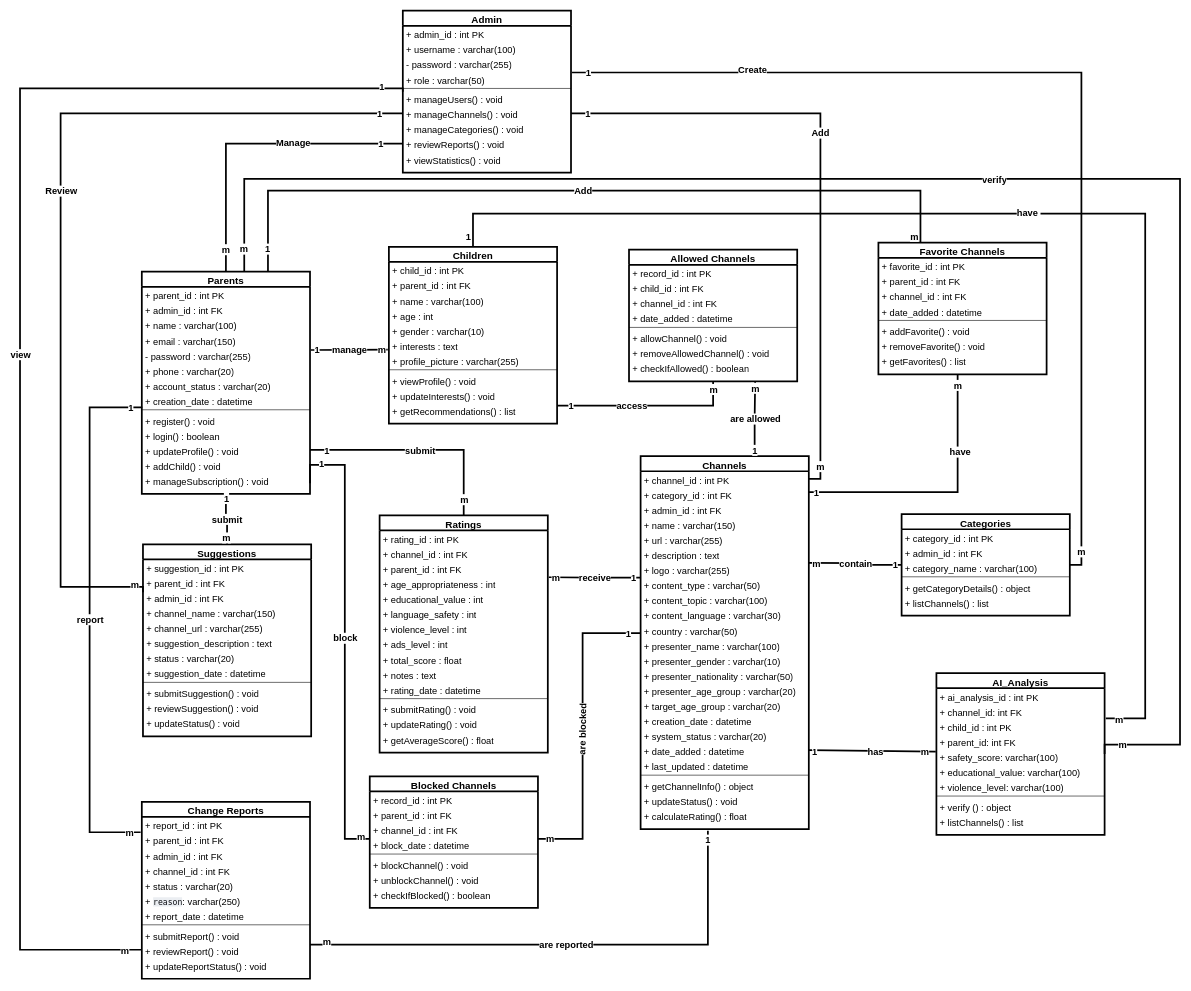
Before: page "Class Diagram" (6 of 7) of رقيب.drawio in MahmoudHamdy19/diagrams-, a draw.io diagram. Source tidied: cells renumbered, new cells numbered last; positions are measured from the earlier drawing's top-left corner, leaving out a move shared by most shapes. Both pictures are drawn from the tidied source at 58%, with x=0, y=0 at pixel (20, 10).
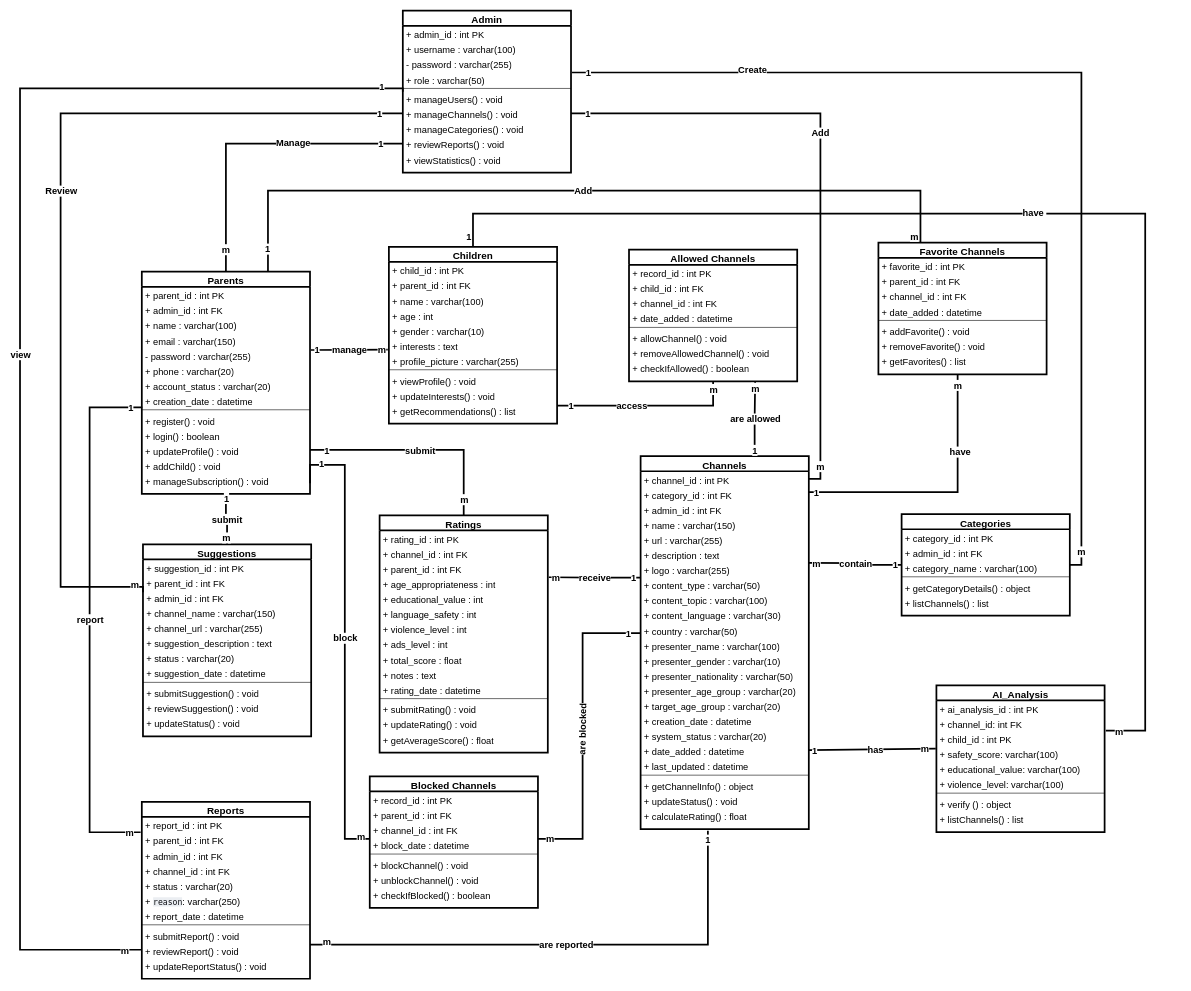
The same diagram, later.

The change refers to these unchanged cells:
```xml
<mxCell id="2" value="Parents" style="swimlane;fontStyle=1;align=center;verticalAlign=top;horizontal=1;startSize=26;whiteSpace=wrap;html=1;strokeWidth=3;fontSize=17;labelBackgroundColor=none;" parent="1" vertex="1">
  <mxGeometry x="210" y="450" width="290" height="383" as="geometry" />
</mxCell>
<mxCell id="17" value="Children" style="swimlane;fontStyle=1;align=center;verticalAlign=top;horizontal=1;startSize=26;whiteSpace=wrap;html=1;strokeWidth=3;fontSize=17;labelBackgroundColor=none;" parent="1" vertex="1">
  <mxGeometry x="636" y="407" width="290" height="305" as="geometry" />
</mxCell>
<mxCell id="215" value="+ child_id : int PK" style="text;strokeColor=none;fillColor=none;align=left;verticalAlign=top;spacingLeft=4;spacingRight=4;overflow=hidden;points=[[0,0.5],[1,0.5]];portConstraint=eastwest;whiteSpace=wrap;html=1;fontSize=16;strokeWidth=3;fontStyle=0;labelBackgroundColor=default;" parent="212" vertex="1">
  <mxGeometry y="78" width="290" height="26" as="geometry" />
</mxCell>
```

What changed in the source:
```diff
@@
-    <mxCell id="108" value="Change Reports" style="swimlane;fontStyle=1;align=center;verticalAlign=top;horizontal=1;startSize=26;whiteSpace=wrap;html=1;strokeWidth=3;fontSize=17;labelBackgroundColor=none;" parent="1" vertex="1">
+    <mxCell id="108" value="Reports" style="swimlane;fontStyle=1;align=center;verticalAlign=top;horizontal=1;startSize=26;whiteSpace=wrap;html=1;strokeWidth=3;fontSize=17;labelBackgroundColor=none;" parent="1" vertex="1">
       <mxGeometry x="210" y="1364" width="290" height="305" as="geometry" />
     </mxCell>
@@
     <mxCell id="212" value="AI_Analysis" style="swimlane;fontStyle=1;align=center;verticalAlign=top;horizontal=1;startSize=26;whiteSpace=wrap;html=1;strokeWidth=3;fontSize=17;labelBackgroundColor=none;" parent="1" vertex="1">
-      <mxGeometry x="1580" y="1142" width="290" height="279" as="geometry" />
+      <mxGeometry x="1580" y="1163" width="290" height="253" as="geometry" />
     </mxCell>
@@
-    <mxCell id="216" value="+ parent_id: int FK" style="text;strokeColor=none;fillColor=none;align=left;verticalAlign=top;spacingLeft=4;spacingRight=4;overflow=hidden;whiteSpace=wrap;html=1;fontSize=16;strokeWidth=3;fontStyle=0;labelBackgroundColor=default;" parent="212" vertex="1">
-      <mxGeometry y="104" width="290" height="26" as="geometry" />
-    </mxCell>
     <mxCell id="217" value="+ safety_score: varchar(100)" style="text;strokeColor=none;fillColor=none;align=left;verticalAlign=top;spacingLeft=4;spacingRight=4;overflow=hidden;points=[[0,0.5],[1,0.5]];portConstraint=eastwest;whiteSpace=wrap;html=1;fontSize=16;strokeWidth=3;fontStyle=0;labelBackgroundColor=default;" parent="212" vertex="1">
-      <mxGeometry y="130" width="290" height="26" as="geometry" />
+      <mxGeometry y="104" width="290" height="26" as="geometry" />
     </mxCell>
     <mxCell id="218" value="+ educational_value: varchar(100)" style="text;strokeColor=none;fillColor=none;align=left;verticalAlign=top;spacingLeft=4;spacingRight=4;overflow=hidden;whiteSpace=wrap;html=1;fontSize=16;strokeWidth=3;fontStyle=0;labelBackgroundColor=default;" parent="212" vertex="1">
-      <mxGeometry y="156" width="290" height="26" as="geometry" />
+      <mxGeometry y="130" width="290" height="26" as="geometry" />
     </mxCell>
     <mxCell id="219" value="+ violence_level: varchar(100)" style="text;strokeColor=none;fillColor=none;align=left;verticalAlign=top;spacingLeft=4;spacingRight=4;overflow=hidden;whiteSpace=wrap;html=1;fontSize=16;strokeWidth=3;fontStyle=0;labelBackgroundColor=default;" parent="212" vertex="1">
-      <mxGeometry y="182" width="290" height="26" as="geometry" />
+      <mxGeometry y="156" width="290" height="26" as="geometry" />
     </mxCell>
     <mxCell id="220" style="line;strokeWidth=1;fillColor=none;align=left;verticalAlign=middle;spacingTop=-1;spacingLeft=3;spacingRight=3;labelPosition=right;html=1;fontStyle=0;labelBackgroundColor=default;" parent="212" vertex="1">
-      <mxGeometry y="208" width="290" height="8" as="geometry" />
+      <mxGeometry y="182" width="290" height="8" as="geometry" />
     </mxCell>
     <mxCell id="221" value="+ verify () : object" style="text;strokeColor=none;fillColor=none;align=left;verticalAlign=top;spacingLeft=4;spacingRight=4;overflow=hidden;whiteSpace=wrap;html=1;fontSize=16;fontStyle=0;strokeWidth=3;labelBackgroundColor=default;" parent="212" vertex="1">
-      <mxGeometry y="216" width="290" height="26" as="geometry" />
+      <mxGeometry y="190" width="290" height="26" as="geometry" />
     </mxCell>
     <mxCell id="222" value="+ listChannels() : list" style="text;strokeColor=none;fillColor=none;align=left;verticalAlign=top;spacingLeft=4;spacingRight=4;overflow=hidden;whiteSpace=wrap;html=1;fontSize=16;fontStyle=0;strokeWidth=3;labelBackgroundColor=default;" parent="212" vertex="1">
-      <mxGeometry y="242" width="290" height="37" as="geometry" />
+      <mxGeometry y="216" width="290" height="37" as="geometry" />
     </mxCell>
@@
-    <mxCell id="227" style="rounded=0;jettySize=auto;html=1;endArrow=none;endFill=0;strokeWidth=3;fontStyle=0;labelBackgroundColor=default;fontColor=default;exitX=1;exitY=0.5;exitDx=0;exitDy=0;entryX=0.609;entryY=0.001;entryDx=0;entryDy=0;entryPerimeter=0;edgeStyle=orthogonalEdgeStyle;" parent="1" edge="1" source="212" target="2">
-      <mxGeometry relative="1" as="geometry">
-        <Array as="points">
-          <mxPoint x="1870" y="1265.5" />
-          <mxPoint x="2000" y="1265.5" />
-          <mxPoint x="2000" y="290" />
-          <mxPoint x="386.7" y="290" />
-        </Array>
-      </mxGeometry>
-    </mxCell>
-    <mxCell id="228" value="m" style="edgeLabel;html=1;align=center;verticalAlign=middle;fontStyle=1;fontSize=16;labelBackgroundColor=default;" parent="227" vertex="1">
-      <mxGeometry x="0.85" relative="1" as="geometry">
-        <mxPoint x="-58" y="120" as="offset" />
-      </mxGeometry>
-    </mxCell>
-    <mxCell id="229" value="verify" style="edgeLabel;html=1;align=center;verticalAlign=middle;fontStyle=1;fontSize=16;rotation=0;labelBackgroundColor=default;" parent="227" vertex="1">
-      <mxGeometry relative="1" as="geometry">
-        <mxPoint x="6" y="1" as="offset" />
-      </mxGeometry>
-    </mxCell>
     <mxCell id="230" style="edgeStyle=orthogonalEdgeStyle;rounded=0;jettySize=auto;html=1;endArrow=none;endFill=0;strokeWidth=3;exitX=0.5;exitY=0;exitDx=0;exitDy=0;fontStyle=0;labelBackgroundColor=default;fontColor=default;entryX=1.007;entryY=0;entryDx=0;entryDy=0;entryPerimeter=0;" parent="1" edge="1" source="17" target="215">
       <mxGeometry relative="1" as="geometry">
         <Array as="points">
           <mxPoint x="781" y="350" />
           <mxPoint x="1940" y="350" />
-          <mxPoint x="1940" y="1220" />
+          <mxPoint x="1940" y="1241" />
         </Array>
       </mxGeometry>
     </mxCell>
@@
-    <mxCell id="232" value="m" style="edgeLabel;html=1;align=center;verticalAlign=middle;fontStyle=1;fontSize=16;labelBackgroundColor=default;" parent="230" vertex="1">
-      <mxGeometry x="0.85" relative="1" as="geometry">
-        <mxPoint x="-40" y="138" as="offset" />
-      </mxGeometry>
-    </mxCell>
```
